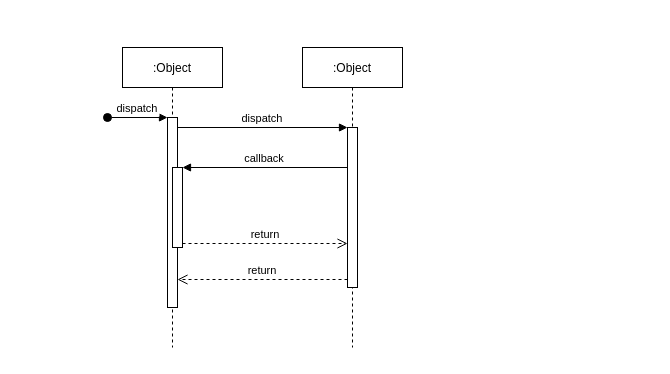
Earlier version of the draw.io diagram Untitled Diagram.drawio (senthilkumar11/docsiruseri). Source tidied: cells renumbered, new cells numbered last; positions are measured from the earlier drawing's top-left corner, leaving out a move shared by most shapes. Both pictures are drawn from the tidied source at 100%, with x=0, y=0 at pixel (107, 47).
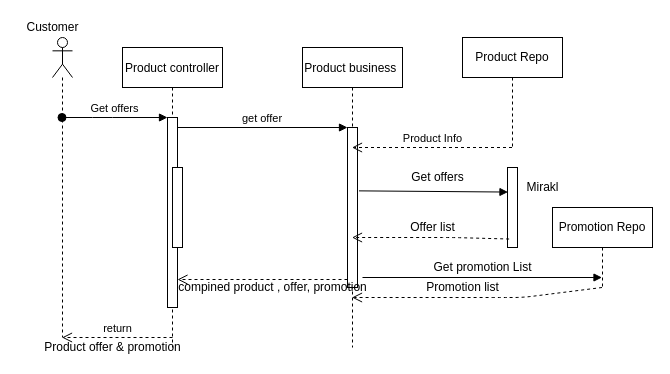
After the change.

Unchanged cells that the change refers to:
```xml
<mxCell id="3" style="points=[];perimeter=orthogonalPerimeter;rounded=0;shadow=0;strokeWidth=1;" parent="2" vertex="1">
  <mxGeometry x="45" y="70" width="10" height="190" as="geometry" />
</mxCell>
<mxCell id="5" style="points=[];perimeter=orthogonalPerimeter;rounded=0;shadow=0;strokeWidth=1;" parent="2" vertex="1">
  <mxGeometry x="50" y="120" width="10" height="80" as="geometry" />
</mxCell>
<mxCell id="7" style="points=[];perimeter=orthogonalPerimeter;rounded=0;shadow=0;strokeWidth=1;" parent="6" vertex="1">
  <mxGeometry x="45" y="80" width="10" height="160" as="geometry" />
</mxCell>
```

Change to the diagram source:
```diff
@@
-    <mxCell id="2" value=":Object" style="shape=umlLifeline;perimeter=lifelinePerimeter;rounded=0;shadow=0;strokeWidth=1;" parent="1" vertex="1">
+    <mxCell id="2" value="Product controller" style="shape=umlLifeline;perimeter=lifelinePerimeter;rounded=0;shadow=0;strokeWidth=1;" parent="1" vertex="1">
       <mxGeometry x="15" width="100" height="300" as="geometry" />
     </mxCell>
@@
-    <mxCell id="4" value="dispatch" style="verticalAlign=bottom;startArrow=oval;endArrow=block;startSize=8;shadow=0;strokeWidth=1;" parent="2" edge="1" target="3">
-      <mxGeometry relative="1" as="geometry">
-        <mxPoint x="-15" y="70" as="sourcePoint" />
-      </mxGeometry>
-    </mxCell>
@@
-    <mxCell id="6" value=":Object" style="shape=umlLifeline;perimeter=lifelinePerimeter;rounded=0;shadow=0;strokeWidth=1;" parent="1" vertex="1">
+    <mxCell id="6" value="Product business " style="shape=umlLifeline;perimeter=lifelinePerimeter;rounded=0;shadow=0;strokeWidth=1;" parent="1" vertex="1">
       <mxGeometry x="195" width="100" height="300" as="geometry" />
     </mxCell>
@@
-    <mxCell id="8" value="return" style="verticalAlign=bottom;endArrow=open;dashed=1;endSize=8;exitX=0;exitY=0.95;shadow=0;strokeWidth=1;" parent="1" edge="1" source="7" target="3">
+    <mxCell id="8" value="return" style="verticalAlign=bottom;endArrow=open;dashed=1;endSize=8;exitX=0;exitY=0.95;shadow=0;strokeWidth=1;noLabel=1;fontColor=none;" parent="1" edge="1" source="7" target="3">
       <mxGeometry relative="1" as="geometry" />
     </mxCell>
-    <mxCell id="9" value="dispatch" style="verticalAlign=bottom;endArrow=block;entryX=0;entryY=0;shadow=0;strokeWidth=1;" parent="1" edge="1" source="3" target="7">
+    <mxCell id="9" value="get offer" style="verticalAlign=bottom;endArrow=block;entryX=0;entryY=0;shadow=0;strokeWidth=1;" parent="1" edge="1" source="3" target="7">
       <mxGeometry relative="1" as="geometry" />
     </mxCell>
-    <mxCell id="10" value="callback" style="verticalAlign=bottom;endArrow=block;entryX=1;entryY=0;shadow=0;strokeWidth=1;" parent="1" edge="1" source="7" target="5">
-      <mxGeometry relative="1" as="geometry" />
-    </mxCell>
-    <mxCell id="11" value="return" style="verticalAlign=bottom;endArrow=open;dashed=1;endSize=8;exitX=1;exitY=0.95;shadow=0;strokeWidth=1;" parent="1" edge="1" source="5" target="7">
-      <mxGeometry relative="1" as="geometry" />
-    </mxCell>
+    <mxCell id="12" style="shape=umlLifeline;participant=umlActor;perimeter=lifelinePerimeter;whiteSpace=wrap;html=1;verticalAlign=top;spacingTop=36;outlineConnect=0;" parent="1" vertex="1">
+      <mxGeometry x="-55" y="-10" width="20" height="300" as="geometry" />
+    </mxCell>
+    <mxCell id="13" value="Customer" style="text;html=1;align=center;verticalAlign=middle;strokeColor=none;" parent="1" vertex="1">
+      <mxGeometry x="-90" y="-30" width="70" height="20" as="geometry" />
+    </mxCell>
+    <mxCell id="4" value="Get offers" style="verticalAlign=bottom;startArrow=oval;endArrow=block;startSize=8;shadow=0;strokeWidth=1;" parent="1" edge="1" source="12" target="3">
+      <mxGeometry relative="1" as="geometry">
+        <Array as="points">
+          <mxPoint x="-5" y="70" />
+        </Array>
+      </mxGeometry>
+    </mxCell>
+    <mxCell id="14" value="Product Repo" style="shape=umlLifeline;perimeter=lifelinePerimeter;whiteSpace=wrap;html=1;outlineConnect=0;" parent="1" vertex="1">
+      <mxGeometry x="355" y="-10" width="100" height="110" as="geometry" />
+    </mxCell>
+    <mxCell id="15" value="Promotion Repo" style="shape=umlLifeline;perimeter=lifelinePerimeter;whiteSpace=wrap;html=1;outlineConnect=0;" parent="1" vertex="1">
+      <mxGeometry x="445" y="160" width="100" height="80" as="geometry" />
+    </mxCell>
+    <mxCell id="16" value="Product Info" style="html=1;verticalAlign=bottom;endArrow=open;dashed=1;endSize=8;" parent="1" edge="1" source="14" target="6">
+      <mxGeometry relative="1" as="geometry">
+        <Array as="points">
+          <mxPoint x="295" y="100" />
+        </Array>
+      </mxGeometry>
+    </mxCell>
+    <mxCell id="17" style="html=1;points=[];perimeter=orthogonalPerimeter;" parent="1" vertex="1">
+      <mxGeometry x="400" y="120" width="10" height="80" as="geometry" />
+    </mxCell>
+    <mxCell id="18" value="Mirakl" style="text;html=1;align=center;verticalAlign=middle;strokeColor=none;" parent="1" vertex="1">
+      <mxGeometry x="410" y="130" width="50" height="20" as="geometry" />
+    </mxCell>
+    <mxCell id="19" value="return" style="verticalAlign=bottom;endArrow=open;dashed=1;endSize=8;exitX=0.164;exitY=0.894;exitDx=0;exitDy=0;exitPerimeter=0;html=1;noLabel=1;fontColor=none;labelBackgroundColor=none;" parent="1" edge="1" source="17" target="6">
+      <mxGeometry y="-10" relative="1" as="geometry">
+        <Array as="points">
+          <mxPoint x="345" y="190" />
+        </Array>
+      </mxGeometry>
+    </mxCell>
+    <mxCell id="20" value="Offer list" style="text;html=1;align=center;verticalAlign=middle;strokeColor=none;" parent="1" vertex="1">
+      <mxGeometry x="295" y="170" width="60" height="20" as="geometry" />
+    </mxCell>
+    <mxCell id="21" value="dispatch" style="html=1;verticalAlign=bottom;endArrow=block;labelBackgroundColor=#ffffff;entryX=0.048;entryY=0.307;entryDx=0;entryDy=0;entryPerimeter=0;exitX=1.149;exitY=0.396;exitDx=0;exitDy=0;exitPerimeter=0;noLabel=1;fontColor=none;" parent="1" edge="1" source="7" target="17">
+      <mxGeometry relative="1" as="geometry" />
+    </mxCell>
+    <mxCell id="22" value="Get offers" style="text;html=1;align=center;verticalAlign=middle;strokeColor=none;fontColor=#000000;" parent="1" vertex="1">
+      <mxGeometry x="295" y="120" width="70" height="20" as="geometry" />
+    </mxCell>
+    <mxCell id="23" value="dispatch" style="html=1;verticalAlign=bottom;endArrow=block;labelBackgroundColor=none;noLabel=1;fontColor=none;" parent="1" edge="1" target="15">
+      <mxGeometry relative="1" as="geometry">
+        <mxPoint x="255" y="230" as="sourcePoint" />
+      </mxGeometry>
+    </mxCell>
+    <mxCell id="24" value="return" style="html=1;verticalAlign=bottom;endArrow=open;dashed=1;endSize=8;labelBackgroundColor=none;noLabel=1;fontColor=none;" parent="1" edge="1" source="15" target="6">
+      <mxGeometry x="0.11" relative="1" as="geometry">
+        <Array as="points">
+          <mxPoint x="415.3" y="250" />
+          <mxPoint x="395.3" y="250" />
+        </Array>
+      </mxGeometry>
+    </mxCell>
+    <mxCell id="25" value="Get promotion List" style="text;html=1;align=center;verticalAlign=middle;strokeColor=none;fontColor=none;" parent="1" vertex="1">
+      <mxGeometry x="320" y="210" width="110" height="20" as="geometry" />
+    </mxCell>
+    <mxCell id="26" value="Promotion list" style="text;html=1;align=center;verticalAlign=middle;strokeColor=none;fontColor=none;" parent="1" vertex="1">
+      <mxGeometry x="310" y="230" width="90" height="20" as="geometry" />
+    </mxCell>
+    <mxCell id="27" value="compined product , offer, promotion" style="text;html=1;align=center;verticalAlign=middle;strokeColor=none;fontColor=none;" parent="1" vertex="1">
+      <mxGeometry x="65" y="230" width="200" height="20" as="geometry" />
+    </mxCell>
+    <mxCell id="28" value="return" style="html=1;verticalAlign=bottom;endArrow=open;dashed=1;endSize=8;labelBackgroundColor=none;fontColor=none;" parent="1" edge="1" target="12">
+      <mxGeometry relative="1" as="geometry">
+        <mxPoint x="65" y="290" as="sourcePoint" />
+      </mxGeometry>
+    </mxCell>
+    <mxCell id="29" value="Product offer &amp;amp; promotion" style="text;html=1;align=center;verticalAlign=middle;strokeColor=none;fontColor=none;" parent="1" vertex="1">
+      <mxGeometry x="-70" y="290" width="150" height="20" as="geometry" />
+    </mxCell>
```
